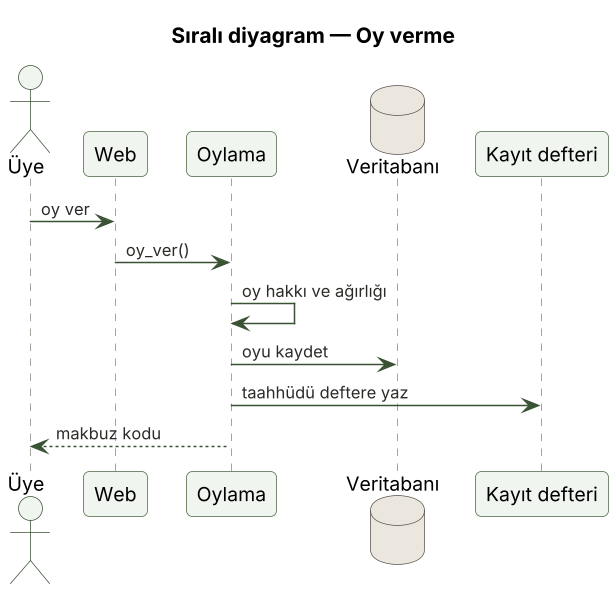
Earlier version of the PlantUML export docs/uml/png/3b_sirali_oy_verme.png (Baki-B/YZM327-Odevler). Source of this version:
```plantuml
@startuml 3b_sirali_oy_verme
skinparamlocked dpi 144
!include _stil.iuml
title Sıralı diyagram — Oy verme
actor Üye as U
participant "Web" as W
participant "Oylama" as O
database "Veritabanı" as V
participant "Kayıt defteri" as D

U -> W : oy ver
W -> O : oy_ver()
O -> O : oy hakkı ve ağırlığı
O -> V : oyu kaydet
O -> D : taahhüdü deftere yaz
O --> U : makbuz kodu
@enduml
```
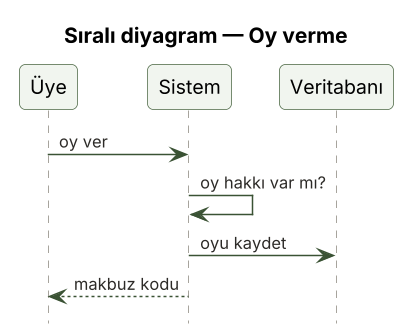
The same file after the commit.

Diff of the diagram source:
```diff
@@ -2,16 +2,13 @@
 skinparamlocked dpi 144
 !include _stil.iuml
 title Sıralı diyagram — Oy verme
-actor Üye as U
-participant "Web" as W
-participant "Oylama" as O
-database "Veritabanı" as V
-participant "Kayıt defteri" as D
+hide footbox
+participant "Üye" as U
+participant "Sistem" as S
+participant "Veritabanı" as V
 
-U -> W : oy ver
-W -> O : oy_ver()
-O -> O : oy hakkı ve ağırlığı
-O -> V : oyu kaydet
-O -> D : taahhüdü deftere yaz
-O --> U : makbuz kodu
+U -> S : oy ver
+S -> S : oy hakkı var mı?
+S -> V : oyu kaydet
+S --> U : makbuz kodu
 @enduml
```
